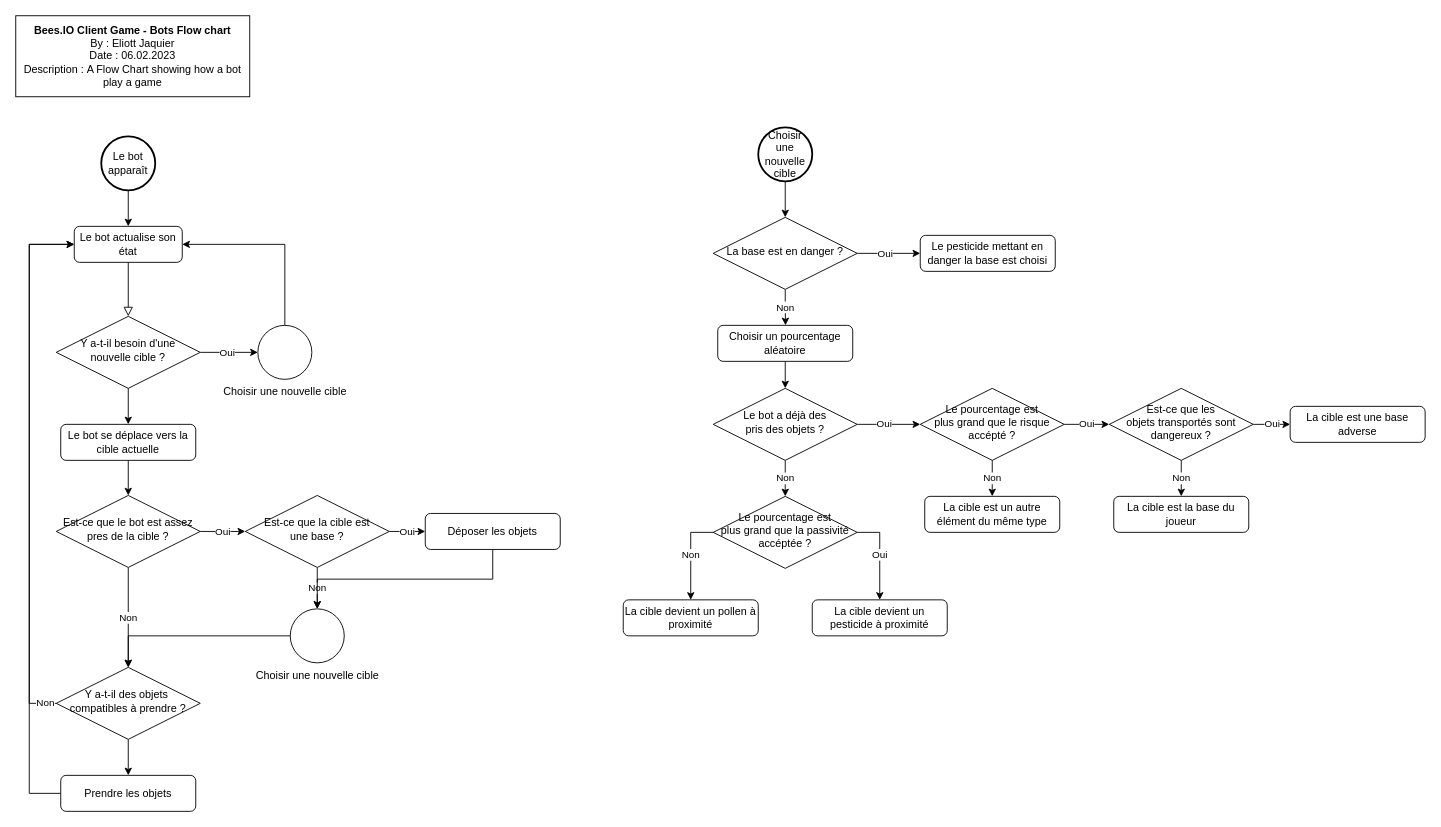
This is Documentation/BotsFlowchart.drawio from Neliott/BeesIO-Game, a draw.io file, before an edit. Source tidied: cells renumbered, new cells numbered last; positions are measured from the earlier drawing's top-left corner, leaving out a move shared by most shapes. Both pictures are drawn from the tidied source at 90%, with x=0, y=0 at pixel (15, 15).
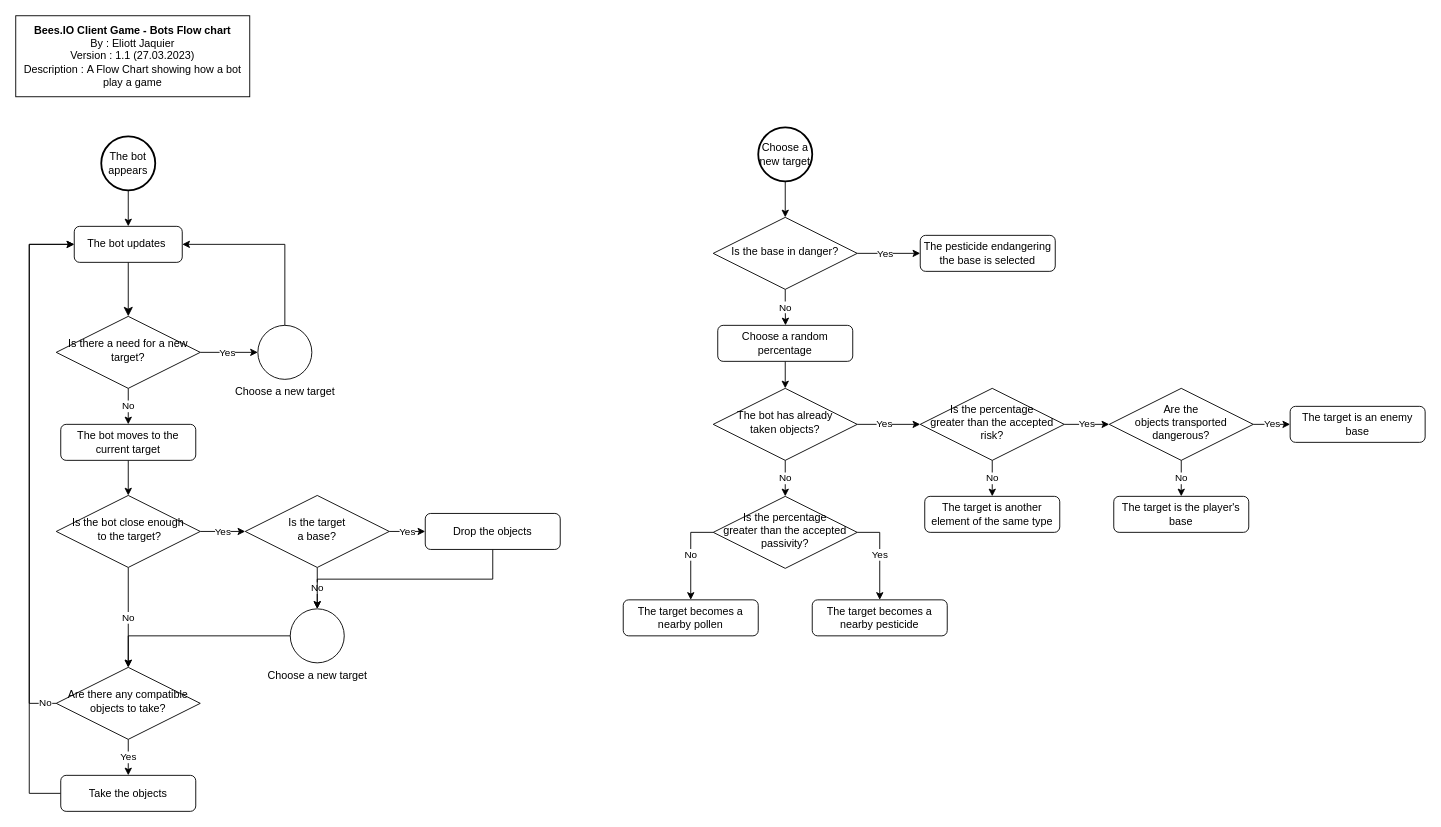
After the change.

Commit message:
Changed lang of bot flowchart

Unchanged cells that the change refers to:
```xml
<mxCell id="13" style="edgeStyle=orthogonalEdgeStyle;rounded=0;jettySize=auto;html=1;exitX=1;exitY=0.5;exitDx=0;exitDy=0;" parent="1" edge="1" source="16" target="17">
  <mxGeometry relative="1" as="geometry" />
</mxCell>
```

The edit, as a diff of the source:
```diff
@@
-    <mxCell id="2" style="rounded=0;html=1;jettySize=auto;fontSize=11;endArrow=block;endFill=0;endSize=8;strokeWidth=1;shadow=0;labelBackgroundColor=none;edgeStyle=orthogonalEdgeStyle;" parent="1" edge="1" source="3" target="6">
+    <mxCell id="2" style="rounded=0;html=1;jettySize=auto;fontSize=11;endArrow=classic;endFill=1;endSize=8;strokeWidth=1;shadow=0;labelBackgroundColor=none;edgeStyle=orthogonalEdgeStyle;" parent="1" edge="1" source="3" target="6">
       <mxGeometry relative="1" as="geometry" />
     </mxCell>
-    <mxCell id="3" value="Le bot actualise son état" style="rounded=1;whiteSpace=wrap;html=1;fontSize=12;glass=0;strokeWidth=1;shadow=0;" parent="1" vertex="1">
+    <mxCell id="3" value="The bot updates&amp;nbsp;" style="rounded=1;whiteSpace=wrap;html=1;fontSize=12;glass=0;strokeWidth=1;shadow=0;" parent="1" vertex="1">
       <mxGeometry x="65" y="234" width="120" height="40" as="geometry" />
     </mxCell>
-    <mxCell id="4" value="Oui" style="edgeStyle=orthogonalEdgeStyle;rounded=0;jettySize=auto;html=1;exitX=1;exitY=0.5;exitDx=0;exitDy=0;entryX=0;entryY=0.5;entryDx=0;entryDy=0;entryPerimeter=0;" parent="1" edge="1" source="6" target="10">
+    <mxCell id="4" value="Yes" style="edgeStyle=orthogonalEdgeStyle;rounded=0;jettySize=auto;html=1;exitX=1;exitY=0.5;exitDx=0;exitDy=0;entryX=0;entryY=0.5;entryDx=0;entryDy=0;entryPerimeter=0;" parent="1" edge="1" source="6" target="10">
       <mxGeometry x="-0.06" relative="1" as="geometry" />
     </mxCell>
-    <mxCell id="5" style="edgeStyle=orthogonalEdgeStyle;rounded=0;jettySize=auto;html=1;exitX=0.5;exitY=1;exitDx=0;exitDy=0;" parent="1" edge="1" source="6" target="38">
+    <mxCell id="5" value="No" style="edgeStyle=orthogonalEdgeStyle;rounded=0;jettySize=auto;html=1;exitX=0.5;exitY=1;exitDx=0;exitDy=0;" parent="1" edge="1" source="6" target="38">
       <mxGeometry relative="1" as="geometry" />
     </mxCell>
-    <mxCell id="6" value="Y a-t-il besoin d'une nouvelle cible ?" style="rhombus;whiteSpace=wrap;html=1;shadow=0;fontFamily=Helvetica;fontSize=12;align=center;strokeWidth=1;spacing=6;spacingTop=-4;" parent="1" vertex="1">
+    <mxCell id="6" value="Is there a need for a new target?" style="rhombus;whiteSpace=wrap;html=1;shadow=0;fontFamily=Helvetica;fontSize=12;align=center;strokeWidth=1;spacing=6;spacingTop=-4;" parent="1" vertex="1">
       <mxGeometry x="45" y="334" width="160" height="80" as="geometry" />
     </mxCell>
@@
-    <mxCell id="8" value="Le bot apparaît" style="strokeWidth=2;html=1;shape=mxgraph.flowchart.start_2;whiteSpace=wrap;" parent="1" vertex="1">
+    <mxCell id="8" value="The bot appears" style="strokeWidth=2;html=1;shape=mxgraph.flowchart.start_2;whiteSpace=wrap;" parent="1" vertex="1">
       <mxGeometry x="95" y="134" width="60" height="60" as="geometry" />
     </mxCell>
@@
-    <mxCell id="10" value="Choisir une nouvelle cible" style="verticalLabelPosition=bottom;verticalAlign=top;html=1;shape=mxgraph.flowchart.on-page_reference;" parent="1" vertex="1">
+    <mxCell id="10" value="Choose a new target" style="verticalLabelPosition=bottom;verticalAlign=top;html=1;shape=mxgraph.flowchart.on-page_reference;" parent="1" vertex="1">
       <mxGeometry x="269" y="344" width="60" height="60" as="geometry" />
     </mxCell>
@@
-    <mxCell id="12" value="Choisir une nouvelle cible" style="strokeWidth=2;html=1;shape=mxgraph.flowchart.start_2;whiteSpace=wrap;" parent="1" vertex="1">
+    <mxCell id="12" value="Choose a new target" style="strokeWidth=2;html=1;shape=mxgraph.flowchart.start_2;whiteSpace=wrap;" parent="1" vertex="1">
       <mxGeometry x="825" y="124" width="60" height="60" as="geometry" />
     </mxCell>
@@
-    <mxCell id="14" value="Oui" style="edgeLabel;html=1;align=center;verticalAlign=middle;" parent="13" vertex="1">
+    <mxCell id="14" value="Yes" style="edgeLabel;html=1;align=center;verticalAlign=middle;" parent="13" vertex="1">
       <mxGeometry x="0.73" y="-1" relative="1" as="geometry">
         <mxPoint x="-31" y="-1" as="offset" />
       </mxGeometry>
     </mxCell>
-    <mxCell id="15" value="Non" style="edgeStyle=orthogonalEdgeStyle;rounded=0;jettySize=auto;html=1;exitX=0.5;exitY=1;exitDx=0;exitDy=0;" parent="1" edge="1" source="16">
+    <mxCell id="15" value="No" style="edgeStyle=orthogonalEdgeStyle;rounded=0;jettySize=auto;html=1;exitX=0.5;exitY=1;exitDx=0;exitDy=0;" parent="1" edge="1" source="16">
       <mxGeometry relative="1" as="geometry">
         <mxPoint x="855.3" y="344" as="targetPoint" />
       </mxGeometry>
     </mxCell>
-    <mxCell id="16" value="La base est en danger ?" style="rhombus;whiteSpace=wrap;html=1;shadow=0;fontFamily=Helvetica;fontSize=12;align=center;strokeWidth=1;spacing=6;spacingTop=-4;" parent="1" vertex="1">
+    <mxCell id="16" value="Is the base in danger?" style="rhombus;whiteSpace=wrap;html=1;shadow=0;fontFamily=Helvetica;fontSize=12;align=center;strokeWidth=1;spacing=6;spacingTop=-4;" parent="1" vertex="1">
       <mxGeometry x="775" y="224" width="160" height="80" as="geometry" />
     </mxCell>
-    <mxCell id="17" value="Le pesticide mettant en danger la base est choisi" style="rounded=1;whiteSpace=wrap;html=1;fontSize=12;glass=0;strokeWidth=1;shadow=0;" parent="1" vertex="1">
+    <mxCell id="17" value="The pesticide endangering the base is selected" style="rounded=1;whiteSpace=wrap;html=1;fontSize=12;glass=0;strokeWidth=1;shadow=0;" parent="1" vertex="1">
       <mxGeometry x="1005" y="244" width="150" height="40" as="geometry" />
     </mxCell>
@@
-    <mxCell id="19" value="Choisir un pourcentage aléatoire" style="rounded=1;whiteSpace=wrap;html=1;fontSize=12;glass=0;strokeWidth=1;shadow=0;" parent="1" vertex="1">
+    <mxCell id="19" value="Choose a random percentage" style="rounded=1;whiteSpace=wrap;html=1;fontSize=12;glass=0;strokeWidth=1;shadow=0;" parent="1" vertex="1">
       <mxGeometry x="780" y="344" width="150" height="40" as="geometry" />
     </mxCell>
-    <mxCell id="20" value="Oui" style="edgeStyle=orthogonalEdgeStyle;rounded=0;jettySize=auto;html=1;exitX=1;exitY=0.5;exitDx=0;exitDy=0;" parent="1" edge="1" source="22">
+    <mxCell id="20" value="Yes" style="edgeStyle=orthogonalEdgeStyle;rounded=0;jettySize=auto;html=1;exitX=1;exitY=0.5;exitDx=0;exitDy=0;" parent="1" edge="1" source="22">
       <mxGeometry x="-0.14" relative="1" as="geometry">
         <mxPoint x="1005" y="454" as="targetPoint" />
       </mxGeometry>
     </mxCell>
-    <mxCell id="21" value="Non" style="edgeStyle=orthogonalEdgeStyle;rounded=0;jettySize=auto;html=1;exitX=0.5;exitY=1;exitDx=0;exitDy=0;entryX=0.5;entryY=0;entryDx=0;entryDy=0;" parent="1" edge="1" source="22" target="25">
+    <mxCell id="21" value="No" style="edgeStyle=orthogonalEdgeStyle;rounded=0;jettySize=auto;html=1;exitX=0.5;exitY=1;exitDx=0;exitDy=0;entryX=0.5;entryY=0;entryDx=0;entryDy=0;" parent="1" edge="1" source="22" target="25">
       <mxGeometry relative="1" as="geometry" />
     </mxCell>
-    <mxCell id="22" value="Le bot a déjà des &lt;br&gt;pris des objets ?" style="rhombus;whiteSpace=wrap;html=1;shadow=0;fontFamily=Helvetica;fontSize=12;align=center;strokeWidth=1;spacing=6;spacingTop=-4;" parent="1" vertex="1">
+    <mxCell id="22" value="&lt;div&gt;The bot has already&lt;/div&gt;&lt;div&gt;taken objects?&lt;/div&gt;" style="rhombus;whiteSpace=wrap;html=1;shadow=0;fontFamily=Helvetica;fontSize=12;align=center;strokeWidth=1;spacing=6;spacingTop=-4;" parent="1" vertex="1">
       <mxGeometry x="775" y="414" width="160" height="80" as="geometry" />
     </mxCell>
-    <mxCell id="23" value="Non" style="edgeStyle=orthogonalEdgeStyle;rounded=0;jettySize=auto;html=1;exitX=0;exitY=0.5;exitDx=0;exitDy=0;entryX=0.5;entryY=0;entryDx=0;entryDy=0;" parent="1" edge="1" source="25" target="29">
+    <mxCell id="23" value="No" style="edgeStyle=orthogonalEdgeStyle;rounded=0;jettySize=auto;html=1;exitX=0;exitY=0.5;exitDx=0;exitDy=0;entryX=0.5;entryY=0;entryDx=0;entryDy=0;" parent="1" edge="1" source="25" target="29">
       <mxGeometry relative="1" as="geometry" />
     </mxCell>
-    <mxCell id="24" value="Oui" style="edgeStyle=orthogonalEdgeStyle;rounded=0;jettySize=auto;html=1;exitX=1;exitY=0.5;exitDx=0;exitDy=0;entryX=0.5;entryY=0;entryDx=0;entryDy=0;" parent="1" edge="1" source="25" target="30">
+    <mxCell id="24" value="Yes" style="edgeStyle=orthogonalEdgeStyle;rounded=0;jettySize=auto;html=1;exitX=1;exitY=0.5;exitDx=0;exitDy=0;entryX=0.5;entryY=0;entryDx=0;entryDy=0;" parent="1" edge="1" source="25" target="30">
       <mxGeometry relative="1" as="geometry" />
     </mxCell>
-    <mxCell id="25" value="Le pourcentage est &lt;br&gt;plus grand que la passivité accéptée ?" style="rhombus;whiteSpace=wrap;html=1;shadow=0;fontFamily=Helvetica;fontSize=12;align=center;strokeWidth=1;spacing=6;spacingTop=-4;" parent="1" vertex="1">
+    <mxCell id="25" value="&lt;div&gt;Is the percentage&lt;/div&gt;&lt;div&gt;greater than the accepted passivity?&lt;/div&gt;" style="rhombus;whiteSpace=wrap;html=1;shadow=0;fontFamily=Helvetica;fontSize=12;align=center;strokeWidth=1;spacing=6;spacingTop=-4;" parent="1" vertex="1">
       <mxGeometry x="775" y="534" width="160" height="80" as="geometry" />
     </mxCell>
-    <mxCell id="26" value="Oui" style="edgeStyle=orthogonalEdgeStyle;rounded=0;jettySize=auto;html=1;exitX=1;exitY=0.5;exitDx=0;exitDy=0;entryX=0;entryY=0.5;entryDx=0;entryDy=0;" parent="1" edge="1" source="28">
+    <mxCell id="26" value="Yes" style="edgeStyle=orthogonalEdgeStyle;rounded=0;jettySize=auto;html=1;exitX=1;exitY=0.5;exitDx=0;exitDy=0;entryX=0;entryY=0.5;entryDx=0;entryDy=0;" parent="1" edge="1" source="28">
       <mxGeometry relative="1" as="geometry">
         <mxPoint x="1215" y="454" as="targetPoint" />
       </mxGeometry>
     </mxCell>
-    <mxCell id="27" value="Non" style="edgeStyle=orthogonalEdgeStyle;rounded=0;jettySize=auto;html=1;exitX=0.5;exitY=1;exitDx=0;exitDy=0;entryX=0.5;entryY=0;entryDx=0;entryDy=0;" parent="1" edge="1" source="28" target="31">
+    <mxCell id="27" value="No" style="edgeStyle=orthogonalEdgeStyle;rounded=0;jettySize=auto;html=1;exitX=0.5;exitY=1;exitDx=0;exitDy=0;entryX=0.5;entryY=0;entryDx=0;entryDy=0;" parent="1" edge="1" source="28" target="31">
       <mxGeometry relative="1" as="geometry" />
     </mxCell>
-    <mxCell id="28" value="Le pourcentage est&lt;br&gt;plus grand que le risque accépté ?" style="rhombus;whiteSpace=wrap;html=1;shadow=0;fontFamily=Helvetica;fontSize=12;align=center;strokeWidth=1;spacing=6;spacingTop=-4;" parent="1" vertex="1">
+    <mxCell id="28" value="&lt;div&gt;Is the percentage&lt;/div&gt;&lt;div&gt;greater than the accepted risk?&lt;/div&gt;" style="rhombus;whiteSpace=wrap;html=1;shadow=0;fontFamily=Helvetica;fontSize=12;align=center;strokeWidth=1;spacing=6;spacingTop=-4;" parent="1" vertex="1">
       <mxGeometry x="1005" y="414" width="160" height="80" as="geometry" />
     </mxCell>
-    <mxCell id="29" value="La cible devient un pollen à proximité" style="rounded=1;whiteSpace=wrap;html=1;fontSize=12;glass=0;strokeWidth=1;shadow=0;" parent="1" vertex="1">
+    <mxCell id="29" value="The target becomes a nearby pollen" style="rounded=1;whiteSpace=wrap;html=1;fontSize=12;glass=0;strokeWidth=1;shadow=0;" parent="1" vertex="1">
       <mxGeometry x="675" y="649" width="150" height="40" as="geometry" />
     </mxCell>
-    <mxCell id="30" value="La cible devient un pesticide à proximité" style="rounded=1;whiteSpace=wrap;html=1;fontSize=12;glass=0;strokeWidth=1;shadow=0;" parent="1" vertex="1">
+    <mxCell id="30" value="The target becomes a nearby pesticide" style="rounded=1;whiteSpace=wrap;html=1;fontSize=12;glass=0;strokeWidth=1;shadow=0;" parent="1" vertex="1">
       <mxGeometry x="885" y="649" width="150" height="40" as="geometry" />
     </mxCell>
-    <mxCell id="31" value="La cible est un autre élément du même type" style="rounded=1;whiteSpace=wrap;html=1;fontSize=12;glass=0;strokeWidth=1;shadow=0;" parent="1" vertex="1">
+    <mxCell id="31" value="The target is another element of the same type" style="rounded=1;whiteSpace=wrap;html=1;fontSize=12;glass=0;strokeWidth=1;shadow=0;" parent="1" vertex="1">
       <mxGeometry x="1010" y="534" width="150" height="40" as="geometry" />
     </mxCell>
-    <mxCell id="32" value="Non" style="edgeStyle=orthogonalEdgeStyle;rounded=0;jettySize=auto;html=1;exitX=0.5;exitY=1;exitDx=0;exitDy=0;entryX=0.5;entryY=0;entryDx=0;entryDy=0;" parent="1" edge="1" source="34" target="36">
+    <mxCell id="32" value="No" style="edgeStyle=orthogonalEdgeStyle;rounded=0;jettySize=auto;html=1;exitX=0.5;exitY=1;exitDx=0;exitDy=0;entryX=0.5;entryY=0;entryDx=0;entryDy=0;" parent="1" edge="1" source="34" target="36">
       <mxGeometry relative="1" as="geometry" />
     </mxCell>
-    <mxCell id="33" value="Oui" style="edgeStyle=orthogonalEdgeStyle;rounded=0;jettySize=auto;html=1;exitX=1;exitY=0.5;exitDx=0;exitDy=0;entryX=0;entryY=0.5;entryDx=0;entryDy=0;" parent="1" edge="1" source="34" target="35">
+    <mxCell id="33" value="Yes" style="edgeStyle=orthogonalEdgeStyle;rounded=0;jettySize=auto;html=1;exitX=1;exitY=0.5;exitDx=0;exitDy=0;entryX=0;entryY=0.5;entryDx=0;entryDy=0;" parent="1" edge="1" source="34" target="35">
       <mxGeometry relative="1" as="geometry" />
     </mxCell>
-    <mxCell id="34" value="Est-ce que les &lt;br&gt;objets transportés sont &lt;br&gt;dangereux ?" style="rhombus;whiteSpace=wrap;html=1;shadow=0;fontFamily=Helvetica;fontSize=12;align=center;strokeWidth=1;spacing=6;spacingTop=-4;" parent="1" vertex="1">
+    <mxCell id="34" value="&lt;div&gt;Are the&lt;/div&gt;&lt;div&gt;objects transported&lt;/div&gt;&lt;div&gt;dangerous?&lt;/div&gt;" style="rhombus;whiteSpace=wrap;html=1;shadow=0;fontFamily=Helvetica;fontSize=12;align=center;strokeWidth=1;spacing=6;spacingTop=-4;" parent="1" vertex="1">
       <mxGeometry x="1215" y="414" width="160" height="80" as="geometry" />
     </mxCell>
-    <mxCell id="35" value="La cible est une base adverse" style="rounded=1;whiteSpace=wrap;html=1;fontSize=12;glass=0;strokeWidth=1;shadow=0;" parent="1" vertex="1">
+    <mxCell id="35" value="The target is an enemy base" style="rounded=1;whiteSpace=wrap;html=1;fontSize=12;glass=0;strokeWidth=1;shadow=0;" parent="1" vertex="1">
       <mxGeometry x="1416" y="434" width="150" height="40" as="geometry" />
     </mxCell>
-    <mxCell id="36" value="La cible est la base du joueur" style="rounded=1;whiteSpace=wrap;html=1;fontSize=12;glass=0;strokeWidth=1;shadow=0;" parent="1" vertex="1">
+    <mxCell id="36" value="The target is the player's base" style="rounded=1;whiteSpace=wrap;html=1;fontSize=12;glass=0;strokeWidth=1;shadow=0;" parent="1" vertex="1">
       <mxGeometry x="1220" y="534" width="150" height="40" as="geometry" />
     </mxCell>
@@
-    <mxCell id="38" value="Le bot se déplace vers la cible actuelle" style="rounded=1;whiteSpace=wrap;html=1;fontSize=12;glass=0;strokeWidth=1;shadow=0;" parent="1" vertex="1">
+    <mxCell id="38" value="The bot moves to the current target" style="rounded=1;whiteSpace=wrap;html=1;fontSize=12;glass=0;strokeWidth=1;shadow=0;" parent="1" vertex="1">
       <mxGeometry x="50" y="454" width="150" height="40" as="geometry" />
     </mxCell>
-    <mxCell id="39" value="Oui" style="edgeStyle=orthogonalEdgeStyle;rounded=0;jettySize=auto;html=1;exitX=1;exitY=0.5;exitDx=0;exitDy=0;entryX=0;entryY=0.5;entryDx=0;entryDy=0;" parent="1" edge="1" source="41" target="49">
+    <mxCell id="39" value="Yes" style="edgeStyle=orthogonalEdgeStyle;rounded=0;jettySize=auto;html=1;exitX=1;exitY=0.5;exitDx=0;exitDy=0;entryX=0;entryY=0.5;entryDx=0;entryDy=0;" parent="1" edge="1" source="41" target="49">
       <mxGeometry relative="1" as="geometry" />
     </mxCell>
-    <mxCell id="40" value="Non" style="edgeStyle=orthogonalEdgeStyle;rounded=0;jettySize=auto;html=1;exitX=0.5;exitY=1;exitDx=0;exitDy=0;entryX=0.5;entryY=0;entryDx=0;entryDy=0;" parent="1" edge="1" source="41" target="46">
+    <mxCell id="40" value="No" style="edgeStyle=orthogonalEdgeStyle;rounded=0;jettySize=auto;html=1;exitX=0.5;exitY=1;exitDx=0;exitDy=0;entryX=0.5;entryY=0;entryDx=0;entryDy=0;" parent="1" edge="1" source="41" target="46">
       <mxGeometry relative="1" as="geometry" />
     </mxCell>
-    <mxCell id="41" value="Est-ce que le bot est assez pres de la cible ?" style="rhombus;whiteSpace=wrap;html=1;shadow=0;fontFamily=Helvetica;fontSize=12;align=center;strokeWidth=1;spacing=6;spacingTop=-4;" parent="1" vertex="1">
+    <mxCell id="41" value="Is the bot close enough&lt;br&gt;&amp;nbsp;to the target?" style="rhombus;whiteSpace=wrap;html=1;shadow=0;fontFamily=Helvetica;fontSize=12;align=center;strokeWidth=1;spacing=6;spacingTop=-4;" parent="1" vertex="1">
       <mxGeometry x="45" y="533" width="160" height="80" as="geometry" />
     </mxCell>
@@
-    <mxCell id="43" value="Choisir une nouvelle cible" style="verticalLabelPosition=bottom;verticalAlign=top;html=1;shape=mxgraph.flowchart.on-page_reference;" parent="1" vertex="1">
+    <mxCell id="43" value="Choose a new target" style="verticalLabelPosition=bottom;verticalAlign=top;html=1;shape=mxgraph.flowchart.on-page_reference;" parent="1" vertex="1">
       <mxGeometry x="305" y="659" width="60" height="60" as="geometry" />
     </mxCell>
-    <mxCell id="44" value="Non" style="edgeStyle=orthogonalEdgeStyle;rounded=0;jettySize=auto;html=1;exitX=0;exitY=0.5;exitDx=0;exitDy=0;entryX=0;entryY=0.5;entryDx=0;entryDy=0;" parent="1" edge="1" source="46" target="3">
+    <mxCell id="44" value="No" style="edgeStyle=orthogonalEdgeStyle;rounded=0;jettySize=auto;html=1;exitX=0;exitY=0.5;exitDx=0;exitDy=0;entryX=0;entryY=0.5;entryDx=0;entryDy=0;" parent="1" edge="1" source="46" target="3">
       <mxGeometry x="-0.96" relative="1" as="geometry">
         <Array as="points">
           <mxPoint x="15" y="764" />
           <mxPoint x="15" y="254" />
         </Array>
       </mxGeometry>
     </mxCell>
-    <mxCell id="45" style="edgeStyle=orthogonalEdgeStyle;rounded=0;jettySize=auto;html=1;exitX=0.5;exitY=1;exitDx=0;exitDy=0;entryX=0.5;entryY=0;entryDx=0;entryDy=0;" parent="1" edge="1" source="46" target="53">
+    <mxCell id="45" value="Yes" style="edgeStyle=orthogonalEdgeStyle;rounded=0;jettySize=auto;html=1;exitX=0.5;exitY=1;exitDx=0;exitDy=0;entryX=0.5;entryY=0;entryDx=0;entryDy=0;" parent="1" edge="1" source="46" target="53">
       <mxGeometry relative="1" as="geometry" />
     </mxCell>
-    <mxCell id="46" value="Y a-t-il des objets&amp;nbsp;&lt;br&gt;compatibles à prendre ?" style="rhombus;whiteSpace=wrap;html=1;shadow=0;fontFamily=Helvetica;fontSize=12;align=center;strokeWidth=1;spacing=6;spacingTop=-4;" parent="1" vertex="1">
+    <mxCell id="46" value="Are there any compatible objects to take?" style="rhombus;whiteSpace=wrap;html=1;shadow=0;fontFamily=Helvetica;fontSize=12;align=center;strokeWidth=1;spacing=6;spacingTop=-4;" parent="1" vertex="1">
       <mxGeometry x="45" y="724" width="160" height="80" as="geometry" />
     </mxCell>
-    <mxCell id="47" value="Oui" style="edgeStyle=orthogonalEdgeStyle;rounded=0;jettySize=auto;html=1;exitX=1;exitY=0.5;exitDx=0;exitDy=0;entryX=0;entryY=0.5;entryDx=0;entryDy=0;" parent="1" edge="1" source="49" target="51">
+    <mxCell id="47" value="Yes" style="edgeStyle=orthogonalEdgeStyle;rounded=0;jettySize=auto;html=1;exitX=1;exitY=0.5;exitDx=0;exitDy=0;entryX=0;entryY=0.5;entryDx=0;entryDy=0;" parent="1" edge="1" source="49" target="51">
       <mxGeometry relative="1" as="geometry" />
     </mxCell>
-    <mxCell id="48" value="Non" style="edgeStyle=orthogonalEdgeStyle;rounded=0;jettySize=auto;html=1;exitX=0.5;exitY=1;exitDx=0;exitDy=0;entryX=0.5;entryY=0;entryDx=0;entryDy=0;entryPerimeter=0;" parent="1" edge="1" source="49" target="43">
+    <mxCell id="48" value="No" style="edgeStyle=orthogonalEdgeStyle;rounded=0;jettySize=auto;html=1;exitX=0.5;exitY=1;exitDx=0;exitDy=0;entryX=0.5;entryY=0;entryDx=0;entryDy=0;entryPerimeter=0;" parent="1" edge="1" source="49" target="43">
       <mxGeometry relative="1" as="geometry" />
     </mxCell>
-    <mxCell id="49" value="Est-ce que la cible est &lt;br&gt;une base ?" style="rhombus;whiteSpace=wrap;html=1;shadow=0;fontFamily=Helvetica;fontSize=12;align=center;strokeWidth=1;spacing=6;spacingTop=-4;" parent="1" vertex="1">
+    <mxCell id="49" value="&lt;div&gt;Is the target&lt;/div&gt;&lt;div&gt;a base?&lt;/div&gt;" style="rhombus;whiteSpace=wrap;html=1;shadow=0;fontFamily=Helvetica;fontSize=12;align=center;strokeWidth=1;spacing=6;spacingTop=-4;" parent="1" vertex="1">
       <mxGeometry x="255" y="533" width="160" height="80" as="geometry" />
     </mxCell>
@@
-    <mxCell id="51" value="Déposer les objets" style="rounded=1;whiteSpace=wrap;html=1;fontSize=12;glass=0;strokeWidth=1;shadow=0;" parent="1" vertex="1">
+    <mxCell id="51" value="Drop the objects" style="rounded=1;whiteSpace=wrap;html=1;fontSize=12;glass=0;strokeWidth=1;shadow=0;" parent="1" vertex="1">
       <mxGeometry x="455" y="553" width="150" height="40" as="geometry" />
     </mxCell>
@@
-    <mxCell id="53" value="Prendre les objets" style="rounded=1;whiteSpace=wrap;html=1;fontSize=12;glass=0;strokeWidth=1;shadow=0;" parent="1" vertex="1">
+    <mxCell id="53" value="Take the objects" style="rounded=1;whiteSpace=wrap;html=1;fontSize=12;glass=0;strokeWidth=1;shadow=0;" parent="1" vertex="1">
       <mxGeometry x="50" y="844" width="150" height="40" as="geometry" />
     </mxCell>
-    <mxCell id="54" value="&lt;b&gt;Bees.IO Client Game - Bots Flow chart&lt;/b&gt;&lt;br&gt;By : Eliott Jaquier&lt;br&gt;Date : 06.02.2023&lt;br&gt;Description :&amp;nbsp;A Flow Chart showing how a bot play a game" style="rounded=0;whiteSpace=wrap;html=1;" parent="1" vertex="1">
+    <mxCell id="54" value="&lt;b&gt;Bees.IO Client Game - Bots Flow chart&lt;/b&gt;&lt;br&gt;By : Eliott Jaquier&lt;br&gt;Version : 1.1 (27.03.2023)&lt;br&gt;Description :&amp;nbsp;A Flow Chart showing how a bot play a game" style="rounded=0;whiteSpace=wrap;html=1;" parent="1" vertex="1">
       <mxGeometry width="260" height="90" as="geometry" />
     </mxCell>
```
